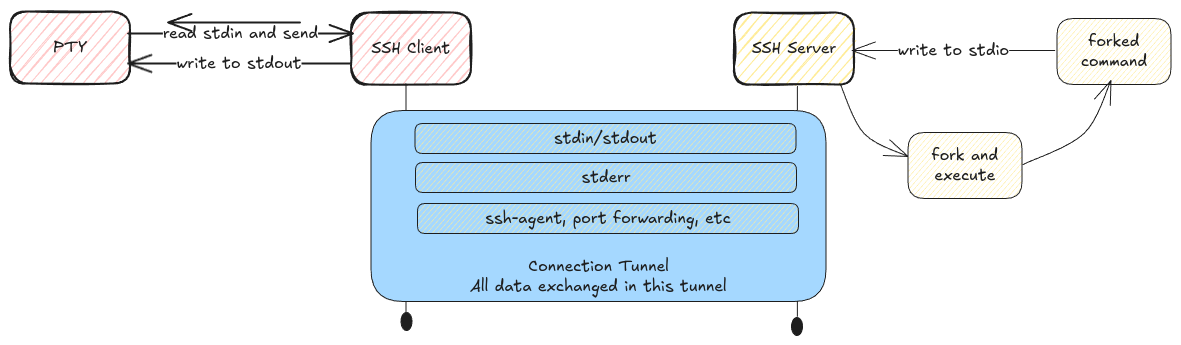
swaroopar/inprogress-engineer keeps this Excalidraw diagram as static/img/ssh-tunnel.excalidraw.png. Above is the earlier version. Source tidied: one line per element, renumbered; positions are measured from the earlier drawing's top-left corner, leaving out a move shared by most shapes.
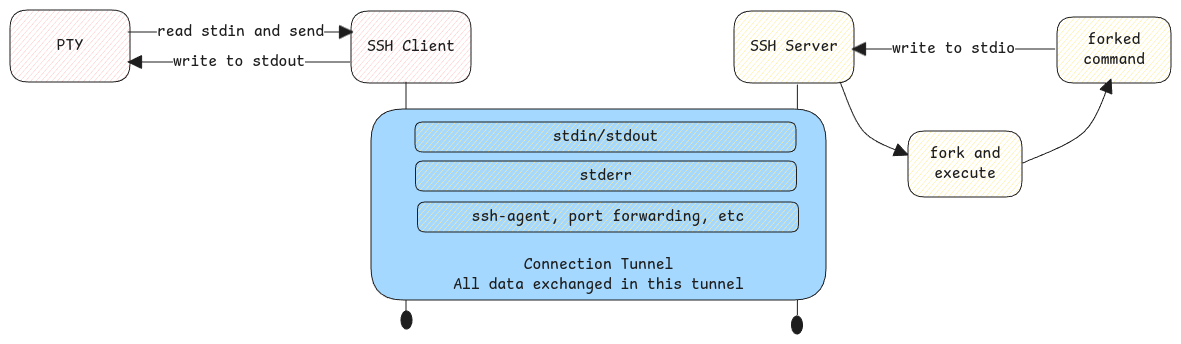
The same diagram one commit later.

The edit, as a diff of the source:
```diff
@@ -1,30 +1,30 @@
-{"id": 0, "type": "rectangle", "strokeColor": "#1e1e1e", "backgroundColor": "#ffc9c9", "fillStyle": "hachure", "strokeWidth": 2, "roughness": 1, "round": true, "x": 341, "y": 1, "width": 120, "height": 72}
+{"id": 0, "type": "rectangle", "strokeColor": "#1e1e1e", "backgroundColor": "#ffc9c9", "fillStyle": "hachure", "strokeWidth": 1, "roughness": 0, "round": true, "x": 341, "y": 1, "width": 120, "height": 72}
-{"id": 1, "type": "text", "text": "SSH Client", "strokeColor": "#1e1e1e", "strokeWidth": 2, "roughness": 1, "fontSize": 16, "fontFamily": 5, "textAlign": "center", "verticalAlign": "middle", "inside": 0, "x": 362, "y": 27, "width": 79, "height": 20}
+{"id": 1, "type": "text", "text": "SSH Client", "strokeColor": "#1e1e1e", "strokeWidth": 2, "roughness": 1, "fontSize": 16, "fontFamily": 8, "textAlign": "center", "verticalAlign": "middle", "inside": 0, "x": 357, "y": 27, "width": 88, "height": 20}
-{"id": 2, "type": "rectangle", "strokeColor": "#1e1e1e", "backgroundColor": "#ffec99", "fillStyle": "hachure", "strokeWidth": 2, "roughness": 1, "round": true, "x": 724, "y": 1, "width": 120, "height": 72}
+{"id": 2, "type": "rectangle", "strokeColor": "#1e1e1e", "backgroundColor": "#ffec99", "fillStyle": "hachure", "strokeWidth": 1, "roughness": 0, "round": true, "x": 724, "y": 1, "width": 120, "height": 72}
-{"id": 3, "type": "text", "text": "SSH Server", "strokeColor": "#1e1e1e", "strokeWidth": 2, "roughness": 1, "fontSize": 16, "fontFamily": 5, "textAlign": "center", "verticalAlign": "middle", "inside": 2, "x": 742, "y": 27, "width": 84, "height": 20}
+{"id": 3, "type": "text", "text": "SSH Server", "strokeColor": "#1e1e1e", "strokeWidth": 2, "roughness": 1, "fontSize": 16, "fontFamily": 8, "textAlign": "center", "verticalAlign": "middle", "inside": 2, "x": 740, "y": 27, "width": 88, "height": 20}
-{"id": 4, "type": "line", "strokeColor": "#1e1e1e", "strokeWidth": 1, "roughness": 0, "round": true, "x": 396, "y": 72, "width": 0, "height": 232, "points": [[0, 0], [0, 232]]}
+{"id": 4, "type": "line", "strokeColor": "#1e1e1e", "strokeWidth": 1, "roughness": 0, "endArrowhead": "triangle", "round": true, "x": 396, "y": 72, "width": 0, "height": 232, "points": [[0, 0], [0, 232]]}
-{"id": 5, "type": "line", "strokeColor": "#1e1e1e", "strokeWidth": 1, "roughness": 0, "round": true, "x": 787, "y": 75, "width": 0, "height": 230, "points": [[0, 0], [0, 230]]}
+{"id": 5, "type": "line", "strokeColor": "#1e1e1e", "strokeWidth": 1, "roughness": 0, "endArrowhead": "triangle", "round": true, "x": 787, "y": 75, "width": 0, "height": 230, "points": [[0, 0], [0, 230]]}
 {"id": 6, "type": "rectangle", "strokeColor": "#1e1e1e", "backgroundColor": "#a5d8ff", "fillStyle": "solid", "strokeWidth": 1, "roughness": 0, "round": true, "x": 361, "y": 99, "width": 455, "height": 191}
-{"id": 7, "type": "text", "text": "Connection Tunnel\nAll data exchanged in this tunnel", "strokeColor": "#1e1e1e", "backgroundColor": "#a5d8ff", "fillStyle": "solid", "strokeWidth": 1, "roughness": 0, "fontSize": 16, "fontFamily": 5, "textAlign": "center", "verticalAlign": "bottom", "inside": 6, "x": 460, "y": 245, "width": 256, "height": 40}
+{"id": 7, "type": "text", "text": "Connection Tunnel\nAll data exchanged in this tunnel", "strokeColor": "#1e1e1e", "backgroundColor": "#a5d8ff", "fillStyle": "solid", "strokeWidth": 1, "roughness": 0, "fontSize": 16, "fontFamily": 8, "textAlign": "center", "verticalAlign": "bottom", "inside": 6, "x": 443, "y": 245, "width": 290, "height": 40}
 {"id": 8, "type": "ellipse", "strokeColor": "#1e1e1e", "backgroundColor": "#1e1e1e", "fillStyle": "solid", "strokeWidth": 1, "roughness": 0, "round": true, "x": 391, "y": 301, "width": 11, "height": 18}
 {"id": 9, "type": "ellipse", "strokeColor": "#1e1e1e", "backgroundColor": "#1e1e1e", "fillStyle": "solid", "strokeWidth": 1, "roughness": 0, "round": true, "x": 782, "y": 306, "width": 11, "height": 18}
 {"id": 10, "type": "rectangle", "strokeColor": "#1e1e1e", "backgroundColor": "#ffec99", "fillStyle": "hachure", "strokeWidth": 1, "roughness": 0, "round": true, "x": 405, "y": 112, "width": 381, "height": 30}
-{"id": 11, "type": "text", "text": "stdin/stdout", "strokeColor": "#1e1e1e", "backgroundColor": "#ffec99", "fillStyle": "hachure", "strokeWidth": 1, "roughness": 0, "fontSize": 16, "fontFamily": 5, "textAlign": "center", "verticalAlign": "middle", "inside": 10, "x": 544, "y": 117, "width": 103, "height": 20}
+{"id": 11, "type": "text", "text": "stdin/stdout", "strokeColor": "#1e1e1e", "backgroundColor": "#ffec99", "fillStyle": "hachure", "strokeWidth": 1, "roughness": 0, "fontSize": 16, "fontFamily": 8, "textAlign": "center", "verticalAlign": "middle", "inside": 10, "x": 543, "y": 117, "width": 106, "height": 20}
 {"id": 12, "type": "rectangle", "strokeColor": "#1e1e1e", "backgroundColor": "#ffec99", "fillStyle": "hachure", "strokeWidth": 1, "roughness": 0, "round": true, "x": 406, "y": 151, "width": 381, "height": 30}
-{"id": 13, "type": "text", "text": "stderr", "strokeColor": "#1e1e1e", "backgroundColor": "#ffec99", "fillStyle": "hachure", "strokeWidth": 1, "roughness": 0, "fontSize": 16, "fontFamily": 5, "textAlign": "center", "verticalAlign": "middle", "inside": 12, "x": 572, "y": 156, "width": 49, "height": 20}
+{"id": 13, "type": "text", "text": "stderr", "strokeColor": "#1e1e1e", "backgroundColor": "#ffec99", "fillStyle": "hachure", "strokeWidth": 1, "roughness": 0, "fontSize": 16, "fontFamily": 8, "textAlign": "center", "verticalAlign": "middle", "inside": 12, "x": 570, "y": 156, "width": 53, "height": 20}
 {"id": 14, "type": "rectangle", "strokeColor": "#1e1e1e", "backgroundColor": "#ffec99", "fillStyle": "hachure", "strokeWidth": 1, "roughness": 0, "round": true, "x": 408, "y": 192, "width": 381, "height": 30}
-{"id": 15, "type": "text", "text": "ssh-agent, port forwarding, etc", "strokeColor": "#1e1e1e", "backgroundColor": "#ffec99", "fillStyle": "hachure", "strokeWidth": 1, "roughness": 0, "fontSize": 16, "fontFamily": 5, "textAlign": "center", "verticalAlign": "middle", "inside": 14, "x": 475, "y": 197, "width": 245, "height": 20}
+{"id": 15, "type": "text", "text": "ssh-agent, port forwarding, etc", "strokeColor": "#1e1e1e", "backgroundColor": "#ffec99", "fillStyle": "hachure", "strokeWidth": 1, "roughness": 0, "fontSize": 16, "fontFamily": 8, "textAlign": "center", "verticalAlign": "middle", "inside": 14, "x": 462, "y": 197, "width": 273, "height": 20}
 {"id": 16, "type": "rectangle", "strokeColor": "#1e1e1e", "backgroundColor": "#ffec99", "fillStyle": "hachure", "strokeWidth": 1, "roughness": 0, "round": true, "x": 898, "y": 121, "width": 114, "height": 66}
-{"id": 17, "type": "text", "text": "fork and\nexecute", "strokeColor": "#1e1e1e", "backgroundColor": "#ffec99", "fillStyle": "hachure", "strokeWidth": 1, "roughness": 0, "fontSize": 16, "fontFamily": 5, "textAlign": "center", "verticalAlign": "middle", "inside": 16, "x": 922, "y": 134, "width": 66, "height": 40}
+{"id": 17, "type": "text", "text": "fork and\nexecute", "strokeColor": "#1e1e1e", "backgroundColor": "#ffec99", "fillStyle": "hachure", "strokeWidth": 1, "roughness": 0, "fontSize": 16, "fontFamily": 8, "textAlign": "center", "verticalAlign": "middle", "inside": 16, "x": 920, "y": 134, "width": 70, "height": 40}
 {"id": 18, "type": "rectangle", "strokeColor": "#1e1e1e", "backgroundColor": "#ffec99", "fillStyle": "hachure", "strokeWidth": 1, "roughness": 0, "round": true, "x": 1047, "y": 7, "width": 114, "height": 66}
-{"id": 19, "type": "text", "text": "forked\ncommand", "strokeColor": "#1e1e1e", "backgroundColor": "#ffec99", "fillStyle": "hachure", "strokeWidth": 1, "roughness": 0, "fontSize": 16, "fontFamily": 5, "textAlign": "center", "verticalAlign": "middle", "inside": 18, "x": 1071, "y": 20, "width": 66, "height": 40}
+{"id": 19, "type": "text", "text": "forked\ncommand", "strokeColor": "#1e1e1e", "backgroundColor": "#ffec99", "fillStyle": "hachure", "strokeWidth": 1, "roughness": 0, "fontSize": 16, "fontFamily": 8, "textAlign": "center", "verticalAlign": "middle", "inside": 18, "x": 1073, "y": 20, "width": 62, "height": 40}
-{"id": 20, "type": "arrow", "strokeColor": "#1e1e1e", "backgroundColor": "#ffec99", "fillStyle": "hachure", "strokeWidth": 1, "roughness": 0, "endArrowhead": "arrow", "round": true, "from": 6, "to": 16, "x": 830, "y": 72, "width": 68, "height": 73, "points": [[0, 0], [24, 50], [68, 73]]}
+{"id": 20, "type": "arrow", "strokeColor": "#1e1e1e", "backgroundColor": "#ffec99", "fillStyle": "hachure", "strokeWidth": 1, "roughness": 0, "endArrowhead": "triangle", "round": true, "from": 6, "to": 16, "x": 830, "y": 72, "width": 68, "height": 73, "points": [[0, 0], [24, 50], [68, 73]]}
-{"id": 21, "type": "arrow", "strokeColor": "#1e1e1e", "backgroundColor": "#ffec99", "fillStyle": "hachure", "strokeWidth": 1, "roughness": 0, "endArrowhead": "arrow", "round": true, "from": 16, "to": 18, "x": 1013, "y": 153, "width": 88, "height": 84, "points": [[0, 0], [61, -31], [88, -84]]}
+{"id": 21, "type": "arrow", "strokeColor": "#1e1e1e", "backgroundColor": "#ffec99", "fillStyle": "hachure", "strokeWidth": 1, "roughness": 0, "endArrowhead": "triangle", "round": true, "from": 16, "to": 18, "x": 1013, "y": 153, "width": 88, "height": 84, "points": [[0, 0], [61, -31], [88, -84]]}
-{"id": 22, "type": "arrow", "strokeColor": "#1e1e1e", "backgroundColor": "#ffec99", "fillStyle": "hachure", "strokeWidth": 1, "roughness": 0, "endArrowhead": "arrow", "round": true, "x": 1045, "y": 39, "width": 203, "height": 0, "points": [[0, 0], [-203, 0]]}
+{"id": 22, "type": "arrow", "strokeColor": "#1e1e1e", "backgroundColor": "#ffec99", "fillStyle": "hachure", "strokeWidth": 1, "roughness": 0, "endArrowhead": "triangle", "round": true, "x": 1045, "y": 39, "width": 203, "height": 0, "points": [[0, 0], [-203, 0]]}
-{"id": 23, "type": "text", "text": "write to stdio", "strokeColor": "#1e1e1e", "backgroundColor": "#ffec99", "fillStyle": "hachure", "strokeWidth": 1, "roughness": 0, "fontSize": 16, "fontFamily": 5, "textAlign": "center", "verticalAlign": "middle", "inside": 22, "x": 888, "y": 29, "width": 111, "height": 20}
+{"id": 23, "type": "text", "text": "write to stdio", "strokeColor": "#1e1e1e", "backgroundColor": "#ffec99", "fillStyle": "hachure", "strokeWidth": 1, "roughness": 0, "fontSize": 16, "fontFamily": 8, "textAlign": "center", "verticalAlign": "middle", "inside": 22, "x": 882, "y": 29, "width": 123, "height": 20}
-{"id": 24, "type": "rectangle", "strokeColor": "#1e1e1e", "backgroundColor": "#ffc9c9", "fillStyle": "hachure", "strokeWidth": 2, "roughness": 1, "round": true, "x": 0, "y": 0, "width": 120, "height": 72}
+{"id": 24, "type": "rectangle", "strokeColor": "#1e1e1e", "backgroundColor": "#ffc9c9", "fillStyle": "hachure", "strokeWidth": 1, "roughness": 0, "round": true, "x": 0, "y": 0, "width": 120, "height": 72}
-{"id": 25, "type": "text", "text": "PTY", "strokeColor": "#1e1e1e", "strokeWidth": 2, "roughness": 1, "fontSize": 16, "fontFamily": 5, "textAlign": "center", "verticalAlign": "middle", "inside": 24, "x": 43, "y": 26, "width": 34, "height": 20}
+{"id": 25, "type": "text", "text": "PTY", "strokeColor": "#1e1e1e", "strokeWidth": 2, "roughness": 1, "fontSize": 16, "fontFamily": 8, "textAlign": "center", "verticalAlign": "middle", "inside": 24, "x": 47, "y": 26, "width": 26, "height": 20}
-{"id": 26, "type": "arrow", "strokeColor": "#1e1e1e", "strokeWidth": 2, "roughness": 0, "endArrowhead": "arrow", "round": true, "from": 0, "x": 340, "y": 52, "width": 222, "height": 0, "points": [[0, 0], [-222, 0]]}
+{"id": 26, "type": "arrow", "strokeColor": "#1e1e1e", "strokeWidth": 1, "roughness": 0, "endArrowhead": "triangle", "round": true, "from": 0, "x": 340, "y": 52, "width": 222, "height": 0, "points": [[0, 0], [-222, 0]]}
-{"id": 27, "type": "text", "text": "write to stdout", "strokeColor": "#1e1e1e", "strokeWidth": 2, "roughness": 0, "fontSize": 16, "fontFamily": 5, "textAlign": "center", "verticalAlign": "middle", "inside": 26, "x": 166, "y": 25, "width": 125, "height": 20}
+{"id": 27, "type": "text", "text": "write to stdout", "strokeColor": "#1e1e1e", "strokeWidth": 2, "roughness": 0, "fontSize": 16, "fontFamily": 8, "textAlign": "center", "verticalAlign": "middle", "inside": 26, "x": 163, "y": 42, "width": 132, "height": 20}
-{"id": 28, "type": "arrow", "strokeColor": "#1e1e1e", "strokeWidth": 2, "roughness": 0, "endArrowhead": "arrow", "round": true, "x": 118, "y": 22, "width": 225, "height": 0, "points": [[0, 0], [225, 0]]}
+{"id": 28, "type": "arrow", "strokeColor": "#1e1e1e", "strokeWidth": 1, "roughness": 0, "endArrowhead": "triangle", "round": true, "x": 118, "y": 22, "width": 225, "height": 0, "points": [[0, 0], [225, 0]]}
-{"id": 29, "type": "text", "text": "read stdin and send", "strokeColor": "#1e1e1e", "strokeWidth": 2, "roughness": 0, "fontSize": 16, "fontFamily": 5, "textAlign": "center", "verticalAlign": "middle", "inside": 28, "x": 153, "y": 12, "width": 155, "height": 20}
+{"id": 29, "type": "text", "text": "read stdin and send", "strokeColor": "#1e1e1e", "strokeWidth": 2, "roughness": 0, "fontSize": 16, "fontFamily": 8, "textAlign": "center", "verticalAlign": "middle", "inside": 28, "x": 147, "y": 12, "width": 167, "height": 20}
```
